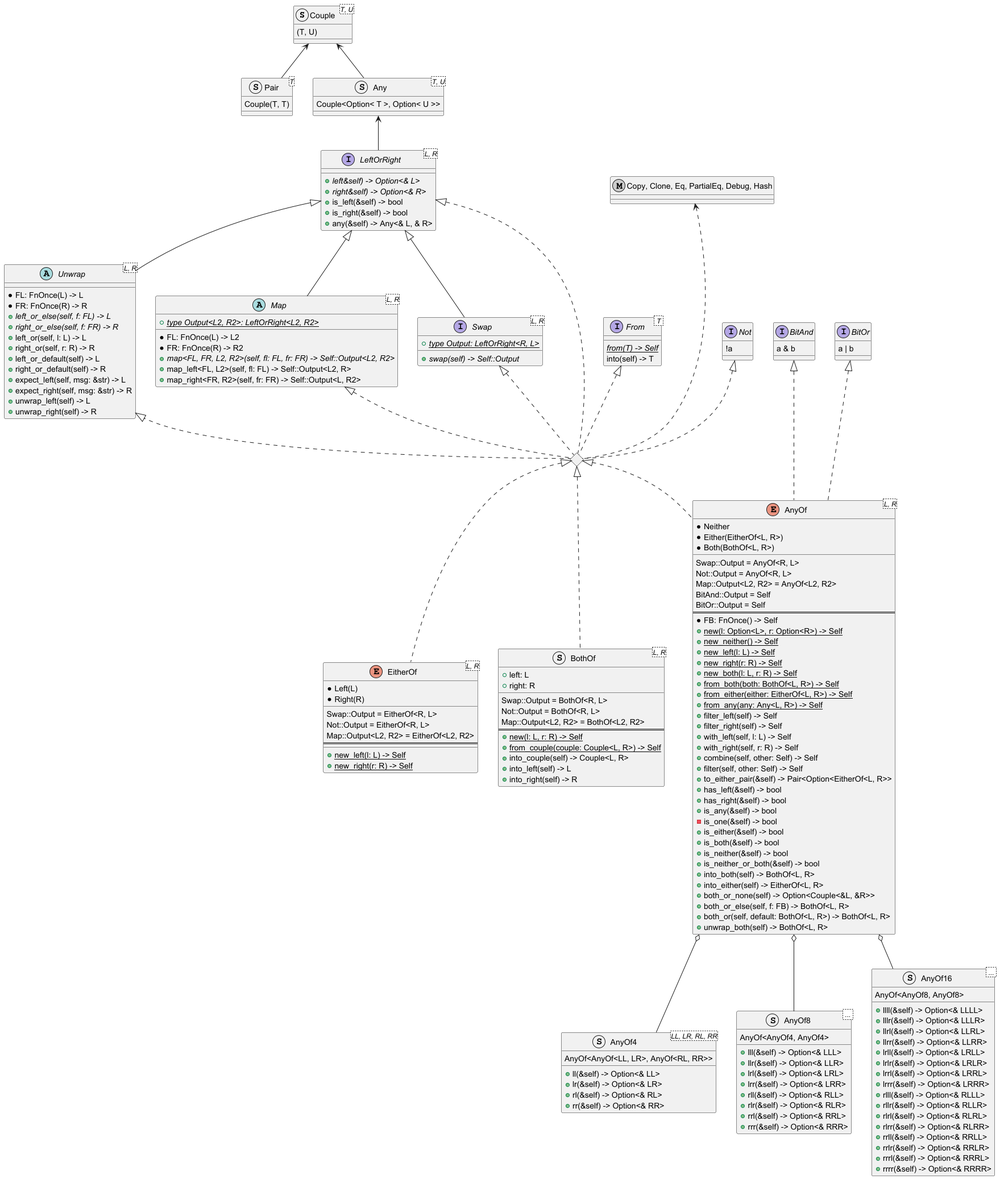
This is doc/any_of-type-diagram.png from Trehinos/any_of, a PlantUML export, as it was before one commit.
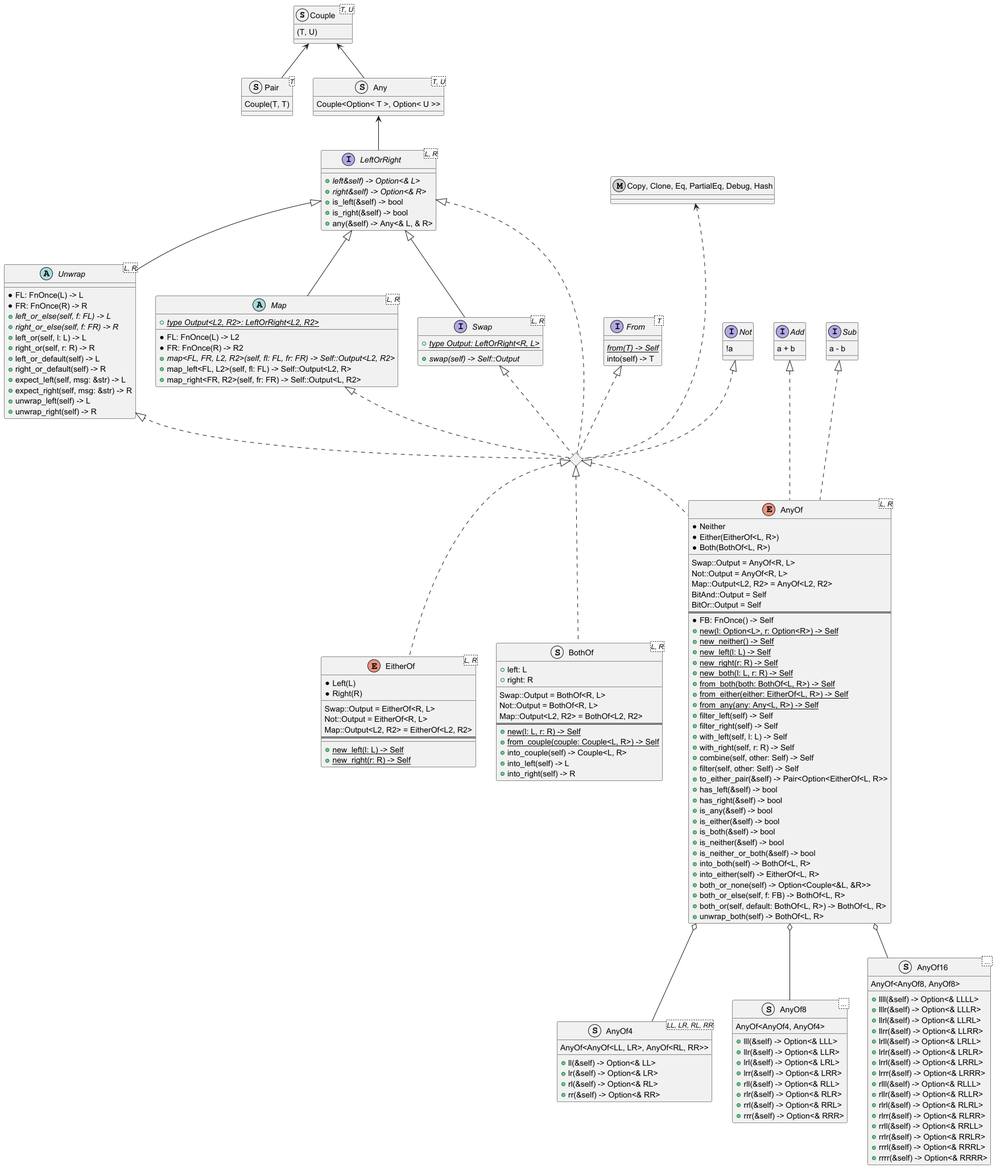
After the commit.

Diff of the diagram source:
```diff
@@ -64,11 +64,11 @@
 interface Not {
     !a
 }
-interface BitAnd {
-    a & b
+interface Add {
+    a + b
 }
-interface BitOr {
-    a | b
+interface Sub {
+    a - b
 }
 
 diamond "LeftOrRight+Swap+Map+Unwrap+Not"
@@ -112,8 +112,8 @@
 }
 "LeftOrRight+Swap+Map+Unwrap+Not" <|.. BothOf
 
-BitAnd <|... AnyOf
-BitOr <|... AnyOf
+Add <|... AnyOf
+Sub <|... AnyOf
 "LeftOrRight+Swap+Map+Unwrap+Not" <|.. AnyOf
 enum AnyOf<L, R> {
     * Neither
@@ -145,7 +145,6 @@
     + has_left(&self) -> bool
     + has_right(&self) -> bool
     + is_any(&self) -> bool
-    - is_one(&self) -> bool
     + is_either(&self) -> bool
     + is_both(&self) -> bool
     + is_neither(&self) -> bool
```
